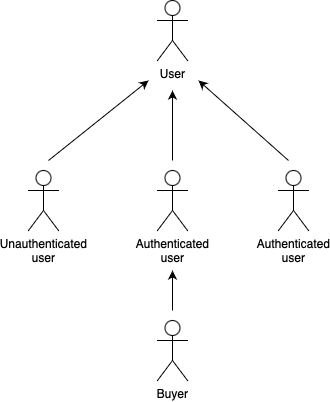
Above: images/ER/actors_diagram.png in pedronunomacedo/LAW-Project (draw.io), before the change. Source tidied: cells renumbered, new cells last; positions are measured from the earlier drawing's top-left corner, leaving out a move shared by most shapes. Its diagram source:
```xml
<mxGraphModel>
  <root>
    <mxCell id="0" />
    <mxCell id="1" parent="0" />
    <mxCell id="2" value="User" style="shape=umlActor;verticalLabelPosition=bottom;verticalAlign=top;html=1;" parent="1" vertex="1">
      <mxGeometry x="129" width="30" height="60" as="geometry" />
    </mxCell>
    <mxCell id="3" value="Unauthenticated&lt;br&gt;user" style="shape=umlActor;verticalLabelPosition=bottom;verticalAlign=top;html=1;" parent="1" vertex="1">
      <mxGeometry y="170" width="30" height="60" as="geometry" />
    </mxCell>
    <mxCell id="4" style="endArrow=classic;html=1;rounded=0;" parent="1" edge="1">
      <mxGeometry relative="1" as="geometry">
        <mxPoint x="20" y="160" as="sourcePoint" />
        <mxPoint x="120" y="80" as="targetPoint" />
      </mxGeometry>
    </mxCell>
    <mxCell id="5" value="Authenticated&lt;br&gt;user" style="shape=umlActor;verticalLabelPosition=bottom;verticalAlign=top;html=1;" parent="1" vertex="1">
      <mxGeometry x="129" y="170" width="30" height="60" as="geometry" />
    </mxCell>
    <mxCell id="6" style="endArrow=classic;html=1;rounded=0;" parent="1" edge="1">
      <mxGeometry relative="1" as="geometry">
        <mxPoint x="144" y="160" as="sourcePoint" />
        <mxPoint x="144" y="90" as="targetPoint" />
      </mxGeometry>
    </mxCell>
    <mxCell id="7" value="Authenticated&lt;br&gt;user" style="shape=umlActor;verticalLabelPosition=bottom;verticalAlign=top;html=1;" parent="1" vertex="1">
      <mxGeometry x="250" y="170" width="30" height="60" as="geometry" />
    </mxCell>
    <mxCell id="8" style="endArrow=classic;html=1;rounded=0;" parent="1" edge="1">
      <mxGeometry relative="1" as="geometry">
        <mxPoint x="260" y="160" as="sourcePoint" />
        <mxPoint x="170" y="80" as="targetPoint" />
      </mxGeometry>
    </mxCell>
    <mxCell id="9" value="Buyer&lt;br&gt;" style="shape=umlActor;verticalLabelPosition=bottom;verticalAlign=top;html=1;" parent="1" vertex="1">
      <mxGeometry x="129" y="320" width="30" height="60" as="geometry" />
    </mxCell>
    <mxCell id="10" style="endArrow=classic;html=1;rounded=0;" parent="1" edge="1">
      <mxGeometry relative="1" as="geometry">
        <mxPoint x="144" y="310" as="sourcePoint" />
        <mxPoint x="144" y="270" as="targetPoint" />
      </mxGeometry>
    </mxCell>
  </root>
</mxGraphModel>
```
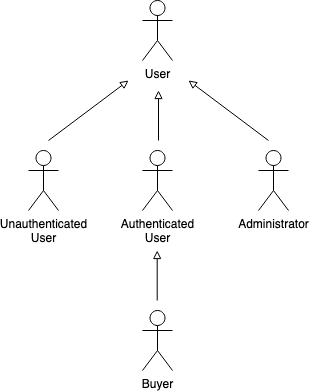
The same file after the commit.

Diff of the diagram source:
```diff
@@ -2,44 +2,44 @@
   <root>
     <mxCell id="0" />
     <mxCell id="1" parent="0" />
-    <mxCell id="2" value="User" style="shape=umlActor;verticalLabelPosition=bottom;verticalAlign=top;html=1;" parent="1" vertex="1">
-      <mxGeometry x="129" width="30" height="60" as="geometry" />
+    <mxCell id="2" value="&lt;div&gt;User&lt;/div&gt;" style="shape=umlActor;verticalLabelPosition=bottom;verticalAlign=top;html=1;" parent="1" vertex="1">
+      <mxGeometry x="144" y="20" width="30" height="60" as="geometry" />
     </mxCell>
-    <mxCell id="3" value="Unauthenticated&lt;br&gt;user" style="shape=umlActor;verticalLabelPosition=bottom;verticalAlign=top;html=1;" parent="1" vertex="1">
-      <mxGeometry y="170" width="30" height="60" as="geometry" />
-    </mxCell>
-    <mxCell id="4" style="endArrow=classic;html=1;rounded=0;" parent="1" edge="1">
-      <mxGeometry relative="1" as="geometry">
-        <mxPoint x="20" y="160" as="sourcePoint" />
-        <mxPoint x="120" y="80" as="targetPoint" />
-      </mxGeometry>
-    </mxCell>
-    <mxCell id="5" value="Authenticated&lt;br&gt;user" style="shape=umlActor;verticalLabelPosition=bottom;verticalAlign=top;html=1;" parent="1" vertex="1">
-      <mxGeometry x="129" y="170" width="30" height="60" as="geometry" />
-    </mxCell>
-    <mxCell id="6" style="endArrow=classic;html=1;rounded=0;" parent="1" edge="1">
-      <mxGeometry relative="1" as="geometry">
-        <mxPoint x="144" y="160" as="sourcePoint" />
-        <mxPoint x="144" y="90" as="targetPoint" />
-      </mxGeometry>
-    </mxCell>
-    <mxCell id="7" value="Authenticated&lt;br&gt;user" style="shape=umlActor;verticalLabelPosition=bottom;verticalAlign=top;html=1;" parent="1" vertex="1">
-      <mxGeometry x="250" y="170" width="30" height="60" as="geometry" />
-    </mxCell>
-    <mxCell id="8" style="endArrow=classic;html=1;rounded=0;" parent="1" edge="1">
-      <mxGeometry relative="1" as="geometry">
-        <mxPoint x="260" y="160" as="sourcePoint" />
-        <mxPoint x="170" y="80" as="targetPoint" />
-      </mxGeometry>
-    </mxCell>
+    <mxCell id="11" value="&lt;div&gt;Unauthenticated&lt;/div&gt;&lt;div&gt;User&lt;br&gt; &lt;/div&gt;" style="shape=umlActor;verticalLabelPosition=bottom;verticalAlign=top;html=1;" parent="1" vertex="1">
+      <mxGeometry x="30" y="170" width="30" height="60" as="geometry" />
+    </mxCell>
+    <mxCell id="12" value="&lt;div&gt;Authenticated&lt;/div&gt;&lt;div&gt;User&lt;br&gt; &lt;/div&gt;" style="shape=umlActor;verticalLabelPosition=bottom;verticalAlign=top;html=1;" parent="1" vertex="1">
+      <mxGeometry x="144" y="170" width="30" height="60" as="geometry" />
+    </mxCell>
+    <mxCell id="13" value="Administrator" style="shape=umlActor;verticalLabelPosition=bottom;verticalAlign=top;html=1;" parent="1" vertex="1">
+      <mxGeometry x="260" y="170" width="30" height="60" as="geometry" />
+    </mxCell>
-    <mxCell id="9" value="Buyer&lt;br&gt;" style="shape=umlActor;verticalLabelPosition=bottom;verticalAlign=top;html=1;" parent="1" vertex="1">
-      <mxGeometry x="129" y="320" width="30" height="60" as="geometry" />
+    <mxCell id="9" value="Buyer" style="shape=umlActor;verticalLabelPosition=bottom;verticalAlign=top;html=1;" parent="1" vertex="1">
+      <mxGeometry x="144" y="330" width="30" height="60" as="geometry" />
     </mxCell>
-    <mxCell id="10" style="endArrow=classic;html=1;rounded=0;" parent="1" edge="1">
-      <mxGeometry relative="1" as="geometry">
-        <mxPoint x="144" y="310" as="sourcePoint" />
-        <mxPoint x="144" y="270" as="targetPoint" />
-      </mxGeometry>
-    </mxCell>
+    <mxCell id="14" style="endArrow=block;html=1;rounded=0;endFill=0;" parent="1" edge="1">
+      <mxGeometry relative="1" as="geometry">
+        <mxPoint x="50" y="160" as="sourcePoint" />
+        <mxPoint x="130" y="100" as="targetPoint" />
+      </mxGeometry>
+    </mxCell>
+    <mxCell id="15" style="endArrow=block;html=1;rounded=0;endFill=0;" parent="1" edge="1">
+      <mxGeometry relative="1" as="geometry">
+        <mxPoint x="160" y="160" as="sourcePoint" />
+        <mxPoint x="160" y="110" as="targetPoint" />
+      </mxGeometry>
+    </mxCell>
+    <mxCell id="16" style="endArrow=block;html=1;rounded=0;endFill=0;" parent="1" edge="1">
+      <mxGeometry relative="1" as="geometry">
+        <mxPoint x="270" y="160" as="sourcePoint" />
+        <mxPoint x="190" y="100" as="targetPoint" />
+      </mxGeometry>
+    </mxCell>
+    <mxCell id="17" style="endArrow=block;html=1;rounded=0;endFill=0;" parent="1" edge="1">
+      <mxGeometry relative="1" as="geometry">
+        <mxPoint x="158.7" y="320" as="sourcePoint" />
+        <mxPoint x="158.7" y="270" as="targetPoint" />
+      </mxGeometry>
+    </mxCell>
   </root>
 </mxGraphModel>
```
